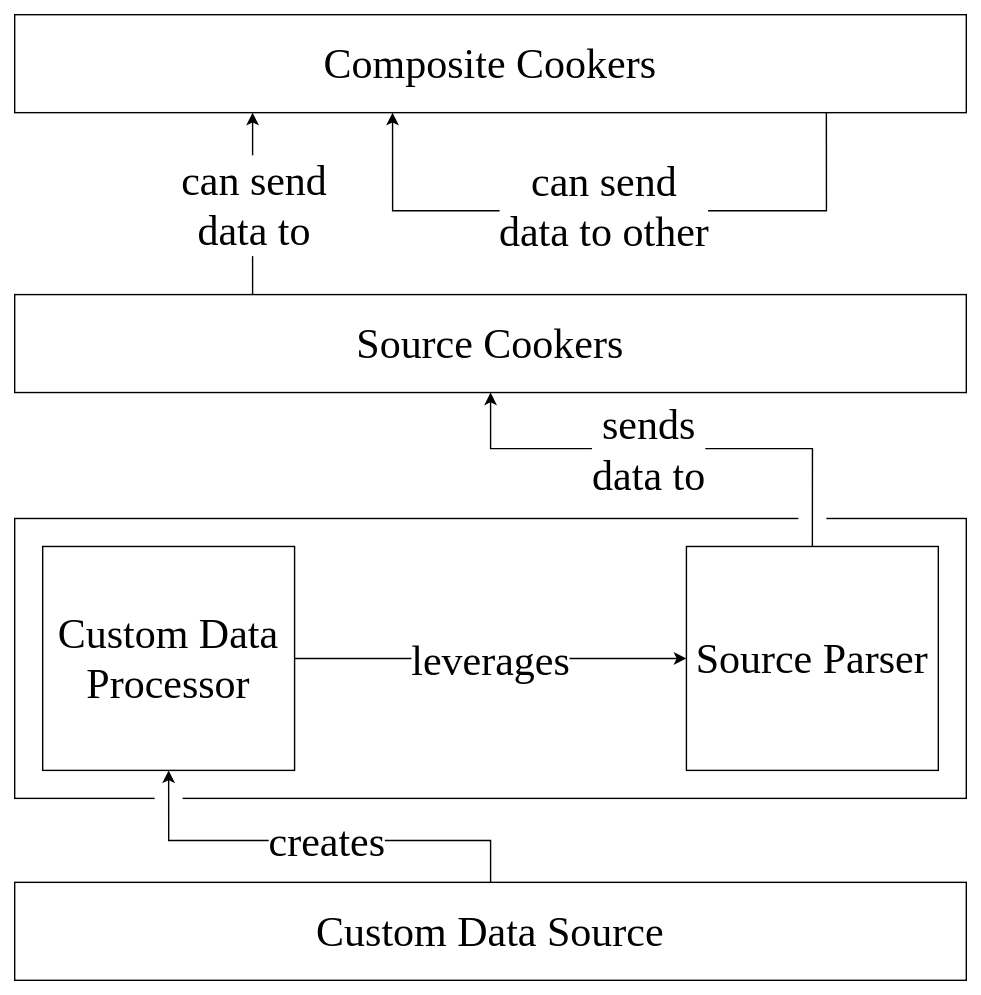
microsoft/microsoft-performance-toolkit-sdk keeps this draw.io diagram as documentation/Using-the-SDK/.attachments/dpp.svg. Above is the earlier version. Source tidied: cells renumbered, new cells last; positions are measured from the earlier drawing's top-left corner, leaving out a move shared by most shapes.
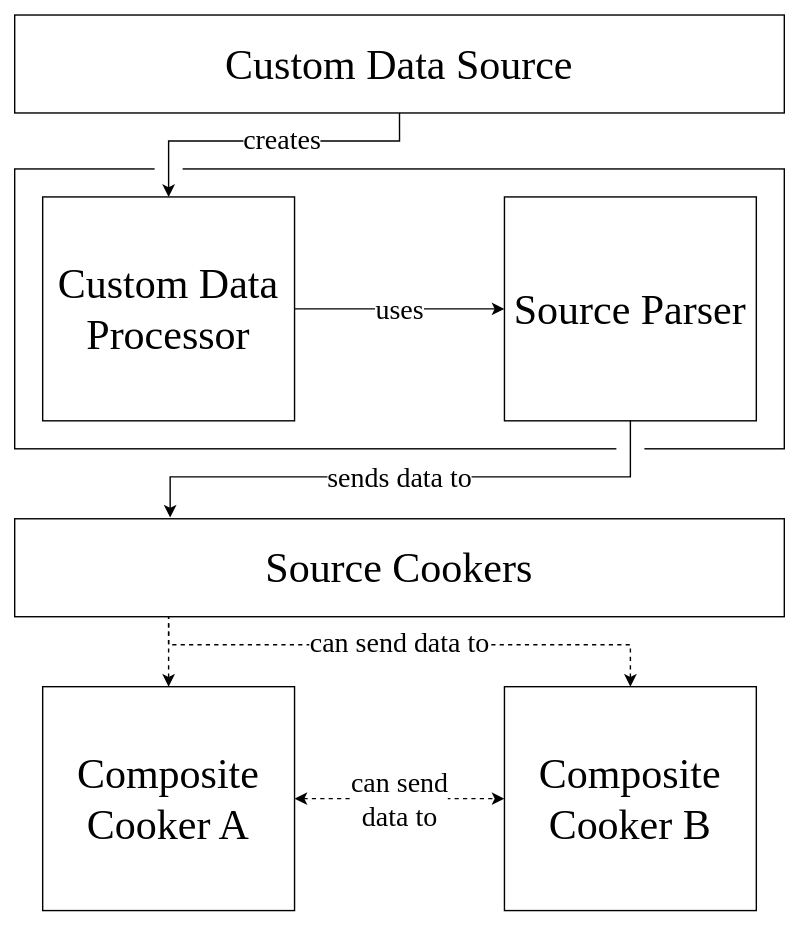
After the change.

What changed in the source:
```diff
@@ -3,87 +3,92 @@
     <mxCell id="0" />
     <mxCell id="1" parent="0" />
     <mxCell id="2" style="rounded=0;whiteSpace=wrap;html=1;fillColor=#ffffff;fontFamily=Lucida Console;fontSize=30;strokeColor=none;" parent="1" vertex="1">
-      <mxGeometry width="700" height="710" as="geometry" />
+      <mxGeometry x="130" width="570" height="660" as="geometry" />
     </mxCell>
     <mxCell id="3" style="rounded=0;whiteSpace=wrap;html=1;fontFamily=Lucida Console;fontSize=30;" parent="1" vertex="1">
-      <mxGeometry x="10" y="370" width="680" height="200" as="geometry" />
+      <mxGeometry x="140" y="120" width="550" height="200" as="geometry" />
     </mxCell>
     <mxCell id="4" value="Custom Data Source" style="rounded=0;whiteSpace=wrap;html=1;fontFamily=Lucida Console;fontSize=30;" parent="1" vertex="1">
-      <mxGeometry x="10" y="630" width="680" height="70" as="geometry" />
+      <mxGeometry x="140" y="10" width="550" height="70" as="geometry" />
     </mxCell>
     <mxCell id="5" style="edgeStyle=orthogonalEdgeStyle;rounded=0;jettySize=auto;html=1;fontFamily=Lucida Console;fontSize=30;" parent="1" edge="1" source="7" target="8">
       <mxGeometry relative="1" as="geometry" />
     </mxCell>
-    <mxCell id="6" value="leverages" style="edgeLabel;html=1;align=center;verticalAlign=middle;fontSize=30;fontFamily=Lucida Console;" parent="5" vertex="1">
+    <mxCell id="6" value="uses" style="edgeLabel;html=1;align=center;verticalAlign=middle;fontSize=20;fontFamily=Lucida Console;" parent="5" vertex="1">
       <mxGeometry x="-0.08" relative="1" as="geometry">
-        <mxPoint x="11.4" as="offset" />
+        <mxPoint x="6" as="offset" />
       </mxGeometry>
     </mxCell>
     <mxCell id="7" value="&lt;font style=&quot;font-size: 30px&quot;&gt;Custom Data Processor&lt;/font&gt;" style="rounded=0;whiteSpace=wrap;html=1;fontFamily=Lucida Console;fontSize=26;" parent="1" vertex="1">
-      <mxGeometry x="30" y="390" width="180" height="160" as="geometry" />
+      <mxGeometry x="160" y="140" width="180" height="160" as="geometry" />
     </mxCell>
     <mxCell id="8" value="&lt;font style=&quot;font-size: 30px&quot;&gt;Source Parser&lt;/font&gt;" style="rounded=0;whiteSpace=wrap;html=1;fontFamily=Lucida Console;fontSize=26;" parent="1" vertex="1">
-      <mxGeometry x="490" y="390" width="180" height="160" as="geometry" />
+      <mxGeometry x="490" y="140" width="180" height="160" as="geometry" />
     </mxCell>
-    <mxCell id="9" value="&lt;font style=&quot;font-size: 30px&quot;&gt;Source Cookers&lt;/font&gt;" style="rounded=0;whiteSpace=wrap;html=1;fontFamily=Lucida Console;fontSize=26;" parent="1" vertex="1">
-      <mxGeometry x="10" y="210" width="680" height="70" as="geometry" />
-    </mxCell>
-    <mxCell id="10" style="edgeStyle=orthogonalEdgeStyle;rounded=0;jettySize=auto;html=1;entryX=0.25;entryY=0;entryDx=0;entryDy=0;fontFamily=Lucida Console;fontSize=30;startArrow=classic;startFill=1;endArrow=none;endFill=0;exitX=0.25;exitY=1;exitDx=0;exitDy=0;" parent="1" edge="1" source="11" target="9">
+    <mxCell id="10" style="edgeStyle=orthogonalEdgeStyle;rounded=0;jettySize=auto;html=1;exitX=0.5;exitY=0;exitDx=0;exitDy=0;entryX=0.2;entryY=1.004;entryDx=0;entryDy=0;entryPerimeter=0;fontFamily=Lucida Console;fontSize=20;startArrow=classic;startFill=1;endArrow=none;endFill=0;dashed=1;" parent="1" edge="1" source="11" target="9">
       <mxGeometry relative="1" as="geometry" />
     </mxCell>
+    <mxCell id="21" style="edgeStyle=orthogonalEdgeStyle;rounded=0;jettySize=auto;html=1;exitX=1;exitY=0.5;exitDx=0;exitDy=0;entryX=0;entryY=0.5;entryDx=0;entryDy=0;dashed=1;startArrow=classic;startFill=1;endArrow=classic;endFill=1;fontFamily=Lucida Console;fontSize=20;" parent="1" edge="1" source="11" target="26">
+      <mxGeometry relative="1" as="geometry" />
+    </mxCell>
+    <mxCell id="22" value="can send&lt;br&gt;data to" style="edgeLabel;html=1;align=center;verticalAlign=middle;fontSize=20;fontFamily=Lucida Console;" parent="21" vertex="1">
+      <mxGeometry x="-0.12" y="1" relative="1" as="geometry">
+        <mxPoint x="8.8" y="1" as="offset" />
+      </mxGeometry>
+    </mxCell>
-    <mxCell id="11" value="&lt;font style=&quot;font-size: 30px&quot;&gt;Composite Cookers&lt;/font&gt;" style="rounded=0;whiteSpace=wrap;html=1;fontFamily=Lucida Console;fontSize=26;" parent="1" vertex="1">
-      <mxGeometry x="10" y="10" width="680" height="70" as="geometry" />
+    <mxCell id="11" value="&lt;font style=&quot;font-size: 30px&quot;&gt;Composite Cooker A&lt;/font&gt;" style="rounded=0;whiteSpace=wrap;html=1;fontFamily=Lucida Console;fontSize=26;" parent="1" vertex="1">
+      <mxGeometry x="160" y="490" width="180" height="160" as="geometry" />
     </mxCell>
-    <mxCell id="12" style="edgeStyle=orthogonalEdgeStyle;rounded=0;orthogonalLoop=1;jettySize=auto;html=1;fontFamily=Lucida Console;fontSize=30;startArrow=classic;startFill=1;endArrow=none;endFill=0;" parent="1" edge="1">
-      <mxGeometry relative="1" as="geometry">
-        <mxPoint x="280" y="80" as="sourcePoint" />
-        <mxPoint x="590" y="80" as="targetPoint" />
-        <Array as="points">
-          <mxPoint x="280" y="80" />
-          <mxPoint x="280" y="150" />
-          <mxPoint x="590" y="150" />
-        </Array>
-      </mxGeometry>
-    </mxCell>
-    <mxCell id="13" value="can send&lt;br&gt;data to" style="edgeLabel;html=1;align=center;verticalAlign=middle;fontSize=30;fontFamily=Lucida Console;" parent="12" vertex="1">
-      <mxGeometry x="-0.82" y="-1" relative="1" as="geometry">
-        <mxPoint x="-99" y="25.2" as="offset" />
-      </mxGeometry>
-    </mxCell>
     <mxCell id="14" style="rounded=0;whiteSpace=wrap;html=1;fontFamily=Lucida Console;fontSize=30;strokeColor=none;" parent="1" vertex="1">
-      <mxGeometry x="110" y="560" width="20" height="20" as="geometry" />
+      <mxGeometry x="240" y="110" width="20" height="20" as="geometry" />
     </mxCell>
-    <mxCell id="15" style="edgeStyle=orthogonalEdgeStyle;rounded=0;jettySize=auto;html=1;entryX=0.5;entryY=1;entryDx=0;entryDy=0;fontFamily=Lucida Console;fontSize=30;" parent="1" edge="1" source="4" target="7">
+    <mxCell id="15" style="edgeStyle=orthogonalEdgeStyle;rounded=0;jettySize=auto;html=1;fontFamily=Lucida Console;fontSize=30;entryX=0.5;entryY=0;entryDx=0;entryDy=0;exitX=0.5;exitY=1;exitDx=0;exitDy=0;" parent="1" edge="1" source="4" target="7">
       <mxGeometry relative="1" as="geometry">
         <Array as="points">
-          <mxPoint x="350" y="600" />
-          <mxPoint x="120" y="600" />
+          <mxPoint x="415" y="100" />
+          <mxPoint x="250" y="100" />
         </Array>
       </mxGeometry>
     </mxCell>
-    <mxCell id="16" value="creates" style="edgeLabel;html=1;align=center;verticalAlign=middle;fontSize=30;fontFamily=Lucida Console;" parent="15" vertex="1">
-      <mxGeometry x="0.08" relative="1" as="geometry">
-        <mxPoint x="19" as="offset" />
+    <mxCell id="16" value="&lt;font style=&quot;font-size: 20px&quot;&gt;creates&lt;/font&gt;" style="edgeLabel;html=1;align=center;verticalAlign=middle;fontFamily=Lucida Console;" parent="15" vertex="1">
+      <mxGeometry x="0.09" y="1" relative="1" as="geometry">
+        <mxPoint x="17.4" y="-3" as="offset" />
       </mxGeometry>
     </mxCell>
     <mxCell id="17" style="rounded=0;whiteSpace=wrap;html=1;fontFamily=Lucida Console;fontSize=30;strokeColor=none;" parent="1" vertex="1">
-      <mxGeometry x="570" y="354" width="20" height="20" as="geometry" />
+      <mxGeometry x="570" y="310" width="20" height="20" as="geometry" />
     </mxCell>
-    <mxCell id="18" style="edgeStyle=orthogonalEdgeStyle;rounded=0;jettySize=auto;html=1;entryX=0.5;entryY=0;entryDx=0;entryDy=0;fontFamily=Lucida Console;fontSize=30;startArrow=classic;startFill=1;endArrow=none;endFill=0;" parent="1" edge="1" source="9" target="8">
-      <mxGeometry relative="1" as="geometry">
-        <Array as="points">
-          <mxPoint x="350" y="320" />
-          <mxPoint x="580" y="320" />
-        </Array>
-      </mxGeometry>
-    </mxCell>
+    <mxCell id="23" style="edgeStyle=orthogonalEdgeStyle;rounded=0;jettySize=auto;html=1;exitX=0.5;exitY=1;exitDx=0;exitDy=0;fontFamily=Lucida Console;fontSize=20;entryX=0.202;entryY=-0.012;entryDx=0;entryDy=0;entryPerimeter=0;" parent="1" edge="1" source="8" target="9">
+      <mxGeometry relative="1" as="geometry">
+        <Array as="points">
+          <mxPoint x="580" y="340" />
+          <mxPoint x="251" y="340" />
+        </Array>
+      </mxGeometry>
+    </mxCell>
-    <mxCell id="19" value="sends&lt;br&gt;data to" style="edgeLabel;html=1;align=center;verticalAlign=middle;fontSize=30;fontFamily=Lucida Console;" parent="18" vertex="1">
-      <mxGeometry x="-0.27" y="1" relative="1" as="geometry">
-        <mxPoint x="28" y="1" as="offset" />
+    <mxCell id="19" value="sends data to" style="edgeLabel;html=1;align=center;verticalAlign=middle;fontSize=20;fontFamily=Lucida Console;" parent="23" vertex="1">
+      <mxGeometry x="0.17" y="-1" relative="1" as="geometry">
+        <mxPoint x="28.3" y="1" as="offset" />
       </mxGeometry>
     </mxCell>
-    <mxCell id="20" value="can send&lt;br&gt;data to other" style="edgeLabel;html=1;align=center;verticalAlign=middle;fontSize=30;fontFamily=Lucida Console;" parent="1" vertex="1">
-      <mxGeometry x="430" y="146" as="geometry" />
-    </mxCell>
+    <mxCell id="9" value="&lt;font style=&quot;font-size: 30px&quot;&gt;Source Cookers&lt;/font&gt;" style="rounded=0;whiteSpace=wrap;html=1;fontFamily=Lucida Console;fontSize=26;" parent="1" vertex="1">
+      <mxGeometry x="140" y="370" width="550" height="70" as="geometry" />
+    </mxCell>
+    <mxCell id="24" style="edgeStyle=orthogonalEdgeStyle;rounded=0;jettySize=auto;html=1;entryX=0.2;entryY=1.005;entryDx=0;entryDy=0;entryPerimeter=0;startArrow=classic;startFill=1;endArrow=none;endFill=0;fontFamily=Lucida Console;fontSize=20;dashed=1;" parent="1" edge="1" source="26" target="9">
+      <mxGeometry relative="1" as="geometry">
+        <Array as="points">
+          <mxPoint x="580" y="460" />
+          <mxPoint x="250" y="460" />
+        </Array>
+      </mxGeometry>
+    </mxCell>
+    <mxCell id="25" value="can send data to" style="edgeLabel;html=1;align=center;verticalAlign=middle;fontSize=20;fontFamily=Lucida Console;" parent="24" vertex="1">
+      <mxGeometry x="0.31" y="-2" relative="1" as="geometry">
+        <mxPoint x="53.1" as="offset" />
+      </mxGeometry>
+    </mxCell>
+    <mxCell id="26" value="&lt;font style=&quot;font-size: 30px&quot;&gt;Composite Cooker B&lt;/font&gt;" style="rounded=0;whiteSpace=wrap;html=1;fontFamily=Lucida Console;fontSize=26;" parent="1" vertex="1">
+      <mxGeometry x="490" y="490" width="180" height="160" as="geometry" />
+    </mxCell>
   </root>
 </mxGraphModel>
```
